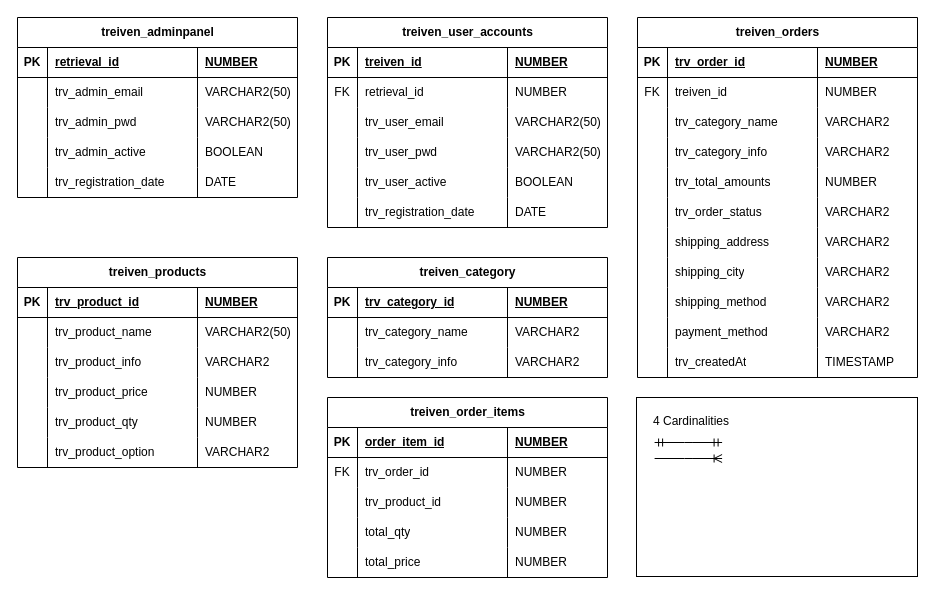
The draw.io diagram public/treiven.drawio in lash0000/im101, before the edit. Source tidied: cells renumbered, new cells numbered last; positions are measured from the earlier drawing's top-left corner, leaving out a move shared by most shapes. Both pictures are drawn from the tidied source at 100%, with x=0, y=0 at pixel (17, 17).
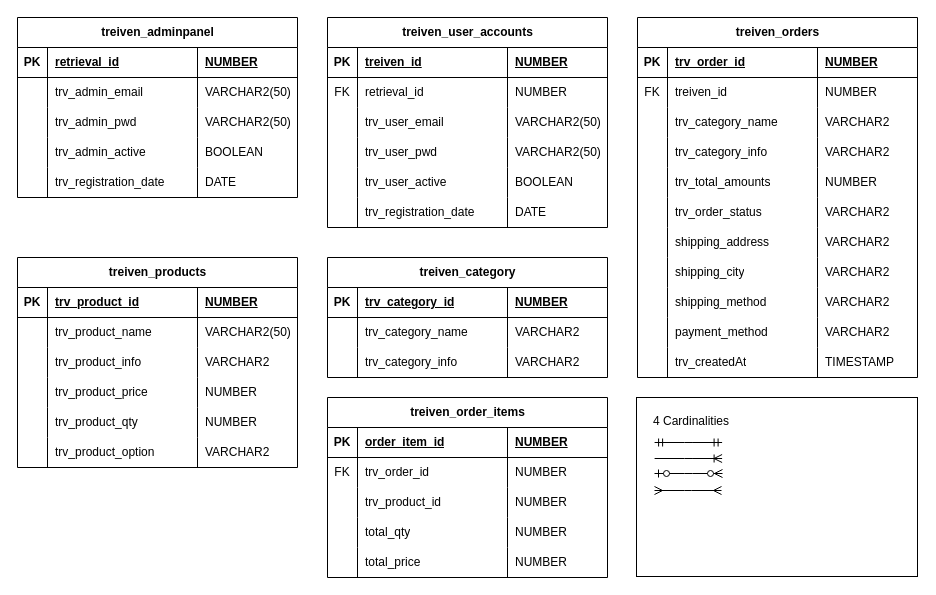
The same page after the edit.

Unchanged cells that the change refers to:
```xml
<mxCell id="152" style="group;" parent="1" vertex="1">
  <mxGeometry x="619" y="380" width="282" height="179" as="geometry" />
</mxCell>
```

Diff of the diagram source:
```diff
@@
+    <mxCell id="157" style="edgeStyle=entityRelationEdgeStyle;fontSize=12;html=1;endArrow=ERzeroToMany;startArrow=ERzeroToOne;rounded=0;" parent="152" edge="1">
+      <mxGeometry relative="1" as="geometry">
+        <mxPoint x="18" y="76" as="sourcePoint" />
+        <mxPoint x="86" y="76" as="targetPoint" />
+      </mxGeometry>
+    </mxCell>
+    <mxCell id="158" style="edgeStyle=entityRelationEdgeStyle;fontSize=12;html=1;endArrow=ERmany;startArrow=ERmany;rounded=0;" parent="152" edge="1">
+      <mxGeometry relative="1" as="geometry">
+        <mxPoint x="18" y="93" as="sourcePoint" />
+        <mxPoint x="85" y="93" as="targetPoint" />
+      </mxGeometry>
+    </mxCell>
```
